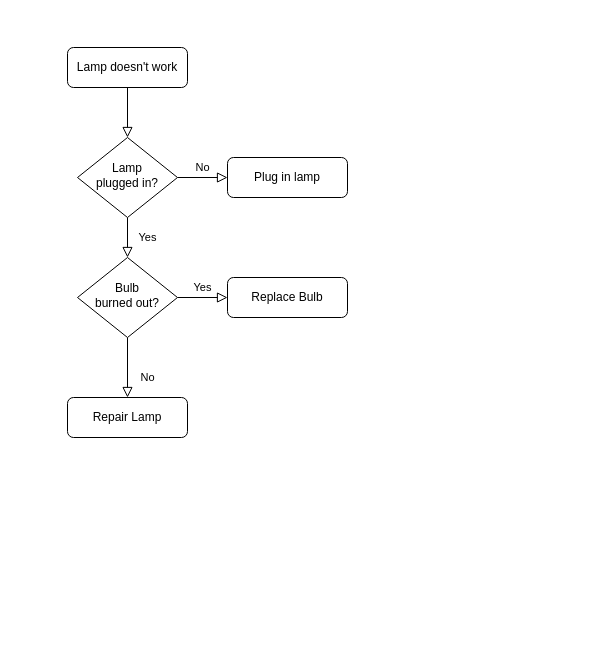
This is Untitled Diagram.drawio from TheHaengwoon/Deeplearning, a draw.io file, before an edit. Source tidied: cells renumbered, new cells numbered last; positions are measured from the earlier drawing's top-left corner, leaving out a move shared by most shapes. Both pictures are drawn from the tidied source at 100%, with x=0, y=0 at pixel (67, 47).
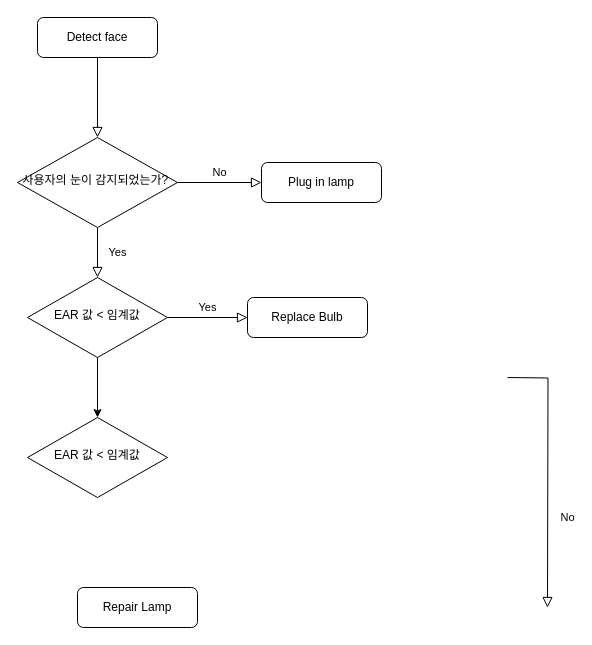
Above is the later version.

Commit message:
알고리즘 흐름도 Diagram.drawio

Diff of the diagram source:
```diff
@@
 <mxGraphModel>
   <root>
     <mxCell id="0" />
     <mxCell id="1" parent="0" />
     <mxCell id="2" style="rounded=0;html=1;jettySize=auto;fontSize=11;endArrow=block;endFill=0;endSize=8;strokeWidth=1;shadow=0;labelBackgroundColor=none;edgeStyle=orthogonalEdgeStyle;" parent="1" edge="1" source="3" target="6">
       <mxGeometry relative="1" as="geometry" />
     </mxCell>
-    <mxCell id="3" value="Lamp doesn't work" style="rounded=1;whiteSpace=wrap;html=1;fontSize=12;glass=0;strokeWidth=1;shadow=0;" parent="1" vertex="1">
-      <mxGeometry width="120" height="40" as="geometry" />
+    <mxCell id="3" value="Detect face" style="rounded=1;whiteSpace=wrap;html=1;fontSize=12;glass=0;strokeWidth=1;shadow=0;" parent="1" vertex="1">
+      <mxGeometry x="-30" y="-30" width="120" height="40" as="geometry" />
     </mxCell>
     <mxCell id="4" value="Yes" style="rounded=0;html=1;jettySize=auto;fontSize=11;endArrow=block;endFill=0;endSize=8;strokeWidth=1;shadow=0;labelBackgroundColor=none;edgeStyle=orthogonalEdgeStyle;" parent="1" edge="1" source="6" target="10">
       <mxGeometry y="20" relative="1" as="geometry" />
     </mxCell>
     <mxCell id="5" value="No" style="edgeStyle=orthogonalEdgeStyle;rounded=0;html=1;jettySize=auto;fontSize=11;endArrow=block;endFill=0;endSize=8;strokeWidth=1;shadow=0;labelBackgroundColor=none;" parent="1" edge="1" source="6" target="7">
       <mxGeometry y="10" relative="1" as="geometry" />
     </mxCell>
-    <mxCell id="6" value="Lamp&lt;br&gt;plugged in?" style="rhombus;whiteSpace=wrap;html=1;shadow=0;fontFamily=Helvetica;fontSize=12;align=center;strokeWidth=1;spacing=6;spacingTop=-4;" parent="1" vertex="1">
-      <mxGeometry x="10" y="90" width="100" height="80" as="geometry" />
+    <mxCell id="6" value="사용자의 눈이 감지되었는가?&amp;nbsp;" style="rhombus;whiteSpace=wrap;html=1;shadow=0;fontFamily=Helvetica;fontSize=12;align=center;strokeWidth=1;spacing=6;spacingTop=-4;" parent="1" vertex="1">
+      <mxGeometry x="-50" y="90" width="160" height="90" as="geometry" />
     </mxCell>
     <mxCell id="7" value="Plug in lamp" style="rounded=1;whiteSpace=wrap;html=1;fontSize=12;glass=0;strokeWidth=1;shadow=0;" parent="1" vertex="1">
-      <mxGeometry x="160" y="110" width="120" height="40" as="geometry" />
+      <mxGeometry x="194" y="115" width="120" height="40" as="geometry" />
     </mxCell>
-    <mxCell id="8" value="No" style="rounded=0;html=1;jettySize=auto;fontSize=11;endArrow=block;endFill=0;endSize=8;strokeWidth=1;shadow=0;labelBackgroundColor=none;edgeStyle=orthogonalEdgeStyle;" parent="1" edge="1" source="10" target="11">
-      <mxGeometry x="0.33" y="20" relative="1" as="geometry" />
+    <mxCell id="8" value="No" style="rounded=0;html=1;jettySize=auto;orthogonalLoop=1;fontSize=11;endArrow=block;endFill=0;endSize=8;strokeWidth=1;shadow=0;labelBackgroundColor=none;edgeStyle=orthogonalEdgeStyle;" parent="1" edge="1">
+      <mxGeometry x="0.33" y="20" relative="1" as="geometry">
+        <mxPoint x="440" y="330" as="sourcePoint" />
+        <mxPoint x="480" y="560" as="targetPoint" />
+      </mxGeometry>
     </mxCell>
     <mxCell id="9" value="Yes" style="edgeStyle=orthogonalEdgeStyle;rounded=0;html=1;jettySize=auto;fontSize=11;endArrow=block;endFill=0;endSize=8;strokeWidth=1;shadow=0;labelBackgroundColor=none;" parent="1" edge="1" source="10" target="12">
       <mxGeometry y="10" relative="1" as="geometry" />
     </mxCell>
-    <mxCell id="10" value="Bulb&lt;br&gt;burned out?" style="rhombus;whiteSpace=wrap;html=1;shadow=0;fontFamily=Helvetica;fontSize=12;align=center;strokeWidth=1;spacing=6;spacingTop=-4;" parent="1" vertex="1">
-      <mxGeometry x="10" y="210" width="100" height="80" as="geometry" />
+    <mxCell id="10" value="EAR 값 &amp;lt; 임계값" style="rhombus;whiteSpace=wrap;html=1;shadow=0;fontFamily=Helvetica;fontSize=12;align=center;strokeWidth=1;spacing=6;spacingTop=-4;" parent="1" vertex="1">
+      <mxGeometry x="-40" y="230" width="140" height="80" as="geometry" />
     </mxCell>
     <mxCell id="11" value="Repair Lamp" style="rounded=1;whiteSpace=wrap;html=1;fontSize=12;glass=0;strokeWidth=1;shadow=0;" parent="1" vertex="1">
-      <mxGeometry y="350" width="120" height="40" as="geometry" />
+      <mxGeometry x="10" y="540" width="120" height="40" as="geometry" />
     </mxCell>
     <mxCell id="12" value="Replace Bulb" style="rounded=1;whiteSpace=wrap;html=1;fontSize=12;glass=0;strokeWidth=1;shadow=0;" parent="1" vertex="1">
-      <mxGeometry x="160" y="230" width="120" height="40" as="geometry" />
+      <mxGeometry x="180" y="250" width="120" height="40" as="geometry" />
     </mxCell>
+    <mxCell id="13" value="EAR 값 &amp;lt; 임계값" style="rhombus;whiteSpace=wrap;html=1;shadow=0;fontFamily=Helvetica;fontSize=12;align=center;strokeWidth=1;spacing=6;spacingTop=-4;" parent="1" vertex="1">
+      <mxGeometry x="-40" y="370" width="140" height="80" as="geometry" />
+    </mxCell>
+    <mxCell id="14" style="endArrow=classic;html=1;rounded=0;" parent="1" edge="1">
+      <mxGeometry relative="1" as="geometry">
+        <mxPoint x="30" y="310" as="sourcePoint" />
+        <mxPoint x="30" y="370" as="targetPoint" />
+      </mxGeometry>
+    </mxCell>
   </root>
 </mxGraphModel>
```
